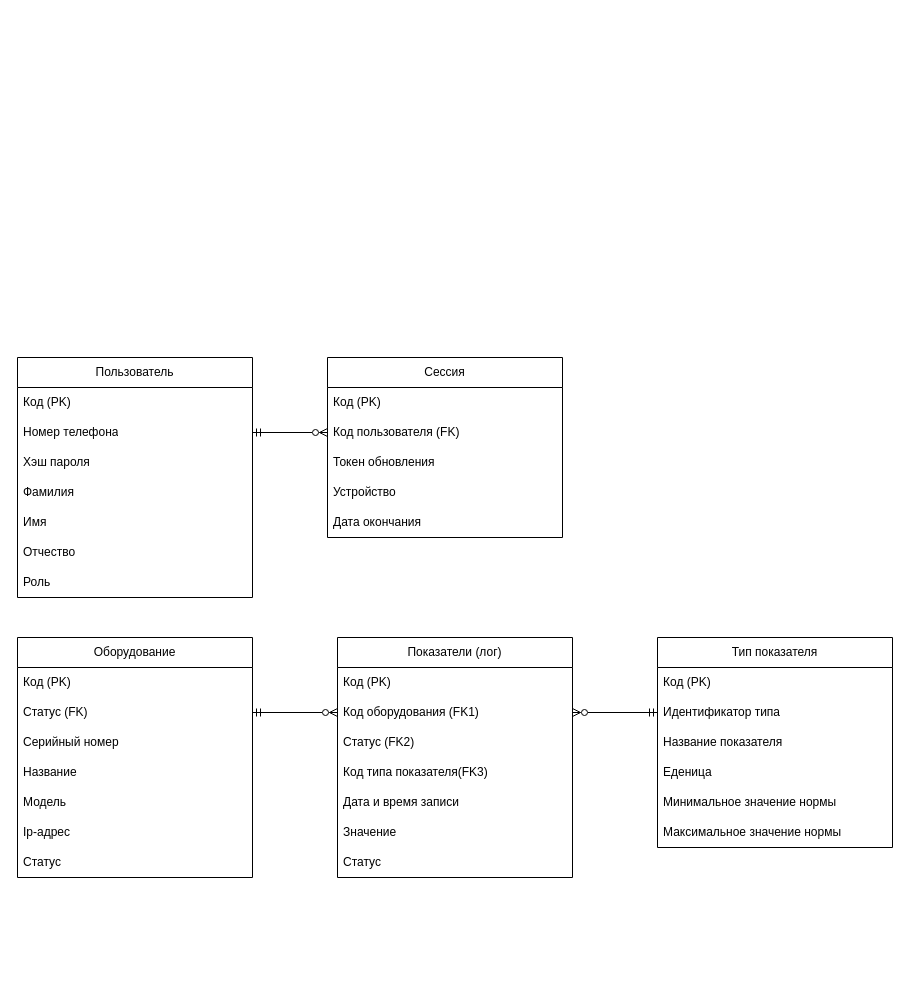
Above: page "Страница — 1" (1 of 2) of db_diagrams/signal_logical.drawio in Skverno-Slov/Pract (draw.io), before the change. Source tidied: cells renumbered, new cells numbered last; positions are measured from the earlier drawing's top-left corner, leaving out a move shared by most shapes. Both pictures are drawn from the tidied source at 100%, with x=0, y=0 at pixel (17, 357).
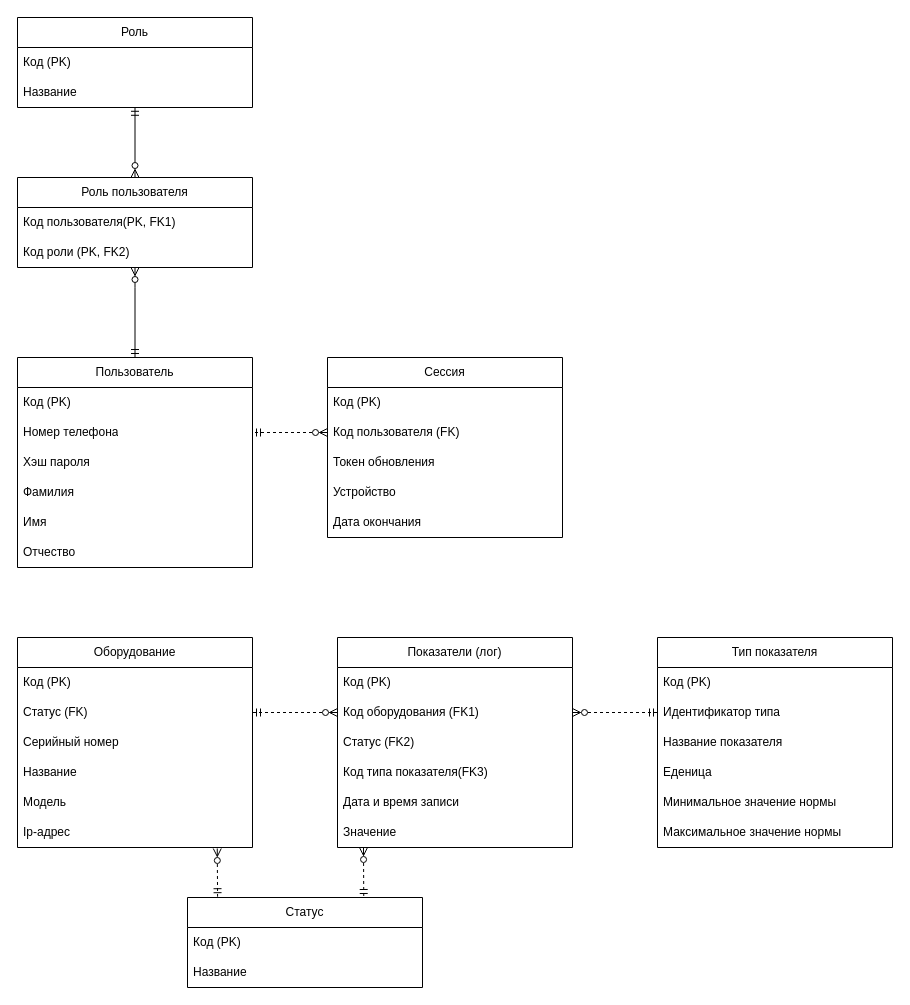
The same diagram, later.

The change refers to these unchanged cells:
```xml
<mxCell id="4" value="Номер телефона" style="text;strokeColor=none;fillColor=none;align=left;verticalAlign=middle;spacingLeft=4;spacingRight=4;overflow=hidden;points=[[0,0.5],[1,0.5]];portConstraint=eastwest;whiteSpace=wrap;html=1;" parent="2" vertex="1">
  <mxGeometry y="60" width="235" height="30" as="geometry" />
</mxCell>
<mxCell id="12" value="Статус (FK)" style="text;strokeColor=none;fillColor=none;align=left;verticalAlign=middle;spacingLeft=4;spacingRight=4;overflow=hidden;points=[[0,0.5],[1,0.5]];portConstraint=eastwest;whiteSpace=wrap;html=1;" parent="10" vertex="1">
  <mxGeometry y="60" width="235" height="30" as="geometry" />
</mxCell>
<mxCell id="16" value="Ip-адрес" style="text;strokeColor=none;fillColor=none;align=left;verticalAlign=middle;spacingLeft=4;spacingRight=4;overflow=hidden;points=[[0,0.5],[1,0.5]];portConstraint=eastwest;whiteSpace=wrap;html=1;" parent="10" vertex="1">
  <mxGeometry y="180" width="235" height="30" as="geometry" />
</mxCell>
<mxCell id="20" value="Код пользователя (FK)" style="text;strokeColor=none;fillColor=none;align=left;verticalAlign=middle;spacingLeft=4;spacingRight=4;overflow=hidden;points=[[0,0.5],[1,0.5]];portConstraint=eastwest;whiteSpace=wrap;html=1;" parent="18" vertex="1">
  <mxGeometry y="60" width="235" height="30" as="geometry" />
</mxCell>
<mxCell id="27" value="Код оборудования (FK1)" style="text;strokeColor=none;fillColor=none;align=left;verticalAlign=middle;spacingLeft=4;spacingRight=4;overflow=hidden;points=[[0,0.5],[1,0.5]];portConstraint=eastwest;whiteSpace=wrap;html=1;" parent="25" vertex="1">
  <mxGeometry y="60" width="235" height="30" as="geometry" />
</mxCell>
<mxCell id="37" value="Идентификатор типа" style="text;strokeColor=none;fillColor=none;align=left;verticalAlign=middle;spacingLeft=4;spacingRight=4;overflow=hidden;points=[[0,0.5],[1,0.5]];portConstraint=eastwest;whiteSpace=wrap;html=1;" parent="35" vertex="1">
  <mxGeometry y="60" width="235" height="30" as="geometry" />
</mxCell>
```

The edit, as a diff of the source:
```diff
@@
+    <mxCell id="9" value="Роль" style="swimlane;fontStyle=0;horizontal=1;startSize=30;whiteSpace=wrap;html=1;" parent="1" vertex="1">
+      <mxGeometry y="-340" width="235" height="90" as="geometry" />
+    </mxCell>
+    <mxCell id="42" value="Код (PK)" style="text;strokeColor=none;fillColor=none;align=left;verticalAlign=middle;spacingLeft=4;spacingRight=4;overflow=hidden;whiteSpace=wrap;html=1;" parent="9" vertex="1">
+      <mxGeometry y="30" width="235" height="30" as="geometry" />
+    </mxCell>
+    <mxCell id="43" value="Название&amp;nbsp;" style="text;strokeColor=none;fillColor=none;align=left;verticalAlign=middle;spacingLeft=4;spacingRight=4;overflow=hidden;points=[[0,0.5],[1,0.5]];portConstraint=eastwest;whiteSpace=wrap;html=1;" parent="9" vertex="1">
+      <mxGeometry y="60" width="235" height="30" as="geometry" />
+    </mxCell>
     <mxCell id="2" value="Пользователь" style="swimlane;fontStyle=0;horizontal=1;startSize=30;whiteSpace=wrap;html=1;" parent="1" vertex="1">
-      <mxGeometry width="235" height="240" as="geometry" />
+      <mxGeometry width="235" height="210" as="geometry" />
     </mxCell>
@@
-    <mxCell id="9" value="Роль" style="text;strokeColor=none;fillColor=none;align=left;verticalAlign=middle;spacingLeft=4;spacingRight=4;overflow=hidden;whiteSpace=wrap;html=1;" parent="2" vertex="1">
-      <mxGeometry y="210" width="235" height="30" as="geometry" />
-    </mxCell>
+    <mxCell id="44" value="Роль пользователя" style="swimlane;fontStyle=0;horizontal=1;startSize=30;whiteSpace=wrap;html=1;" parent="1" vertex="1">
+      <mxGeometry y="-180" width="235" height="90" as="geometry" />
+    </mxCell>
+    <mxCell id="45" value="Код пользователя(PK, FK1)" style="text;strokeColor=none;fillColor=none;align=left;verticalAlign=middle;spacingLeft=4;spacingRight=4;overflow=hidden;whiteSpace=wrap;html=1;" parent="44" vertex="1">
+      <mxGeometry y="30" width="235" height="30" as="geometry" />
+    </mxCell>
+    <mxCell id="46" value="Код роли (PK, FK2)" style="text;strokeColor=none;fillColor=none;align=left;verticalAlign=middle;spacingLeft=4;spacingRight=4;overflow=hidden;points=[[0,0.5],[1,0.5]];portConstraint=eastwest;whiteSpace=wrap;html=1;" parent="44" vertex="1">
+      <mxGeometry y="60" width="235" height="30" as="geometry" />
+    </mxCell>
+    <mxCell id="47" style="edgeStyle=orthogonalEdgeStyle;rounded=0;jettySize=auto;html=1;entryX=0.5;entryY=0;entryDx=0;entryDy=0;startArrow=ERzeroToMany;startFill=0;endArrow=ERmandOne;endFill=0;" parent="1" edge="1" source="46" target="2">
+      <mxGeometry relative="1" as="geometry">
+        <Array as="points">
+          <mxPoint x="118" y="-70" />
+          <mxPoint x="118" y="-70" />
+        </Array>
+      </mxGeometry>
+    </mxCell>
+    <mxCell id="48" style="edgeStyle=orthogonalEdgeStyle;rounded=0;jettySize=auto;html=1;startArrow=ERzeroToMany;startFill=0;entryX=0.5;entryY=0.993;entryDx=0;entryDy=0;entryPerimeter=0;endArrow=ERmandOne;endFill=0;" parent="1" edge="1" source="44" target="43">
+      <mxGeometry relative="1" as="geometry" />
+    </mxCell>
     <mxCell id="10" value="Оборудование" style="swimlane;fontStyle=0;horizontal=1;startSize=30;whiteSpace=wrap;html=1;" parent="1" vertex="1">
-      <mxGeometry y="280" width="235" height="240" as="geometry" />
+      <mxGeometry y="280" width="235" height="210" as="geometry" />
     </mxCell>
@@
-    <mxCell id="17" value="Статус" style="text;strokeColor=none;fillColor=none;align=left;verticalAlign=middle;spacingLeft=4;spacingRight=4;overflow=hidden;whiteSpace=wrap;html=1;" parent="10" vertex="1">
-      <mxGeometry y="210" width="235" height="30" as="geometry" />
-    </mxCell>
+    <mxCell id="49" value="Статус" style="swimlane;fontStyle=0;horizontal=1;startSize=30;whiteSpace=wrap;html=1;" parent="1" vertex="1">
+      <mxGeometry x="170" y="540" width="235" height="90" as="geometry" />
+    </mxCell>
+    <mxCell id="50" value="Код (PK)" style="text;strokeColor=none;fillColor=none;align=left;verticalAlign=middle;spacingLeft=4;spacingRight=4;overflow=hidden;whiteSpace=wrap;html=1;" parent="49" vertex="1">
+      <mxGeometry y="30" width="235" height="30" as="geometry" />
+    </mxCell>
+    <mxCell id="51" value="Название&amp;nbsp;" style="text;strokeColor=none;fillColor=none;align=left;verticalAlign=middle;spacingLeft=4;spacingRight=4;overflow=hidden;whiteSpace=wrap;html=1;" parent="49" vertex="1">
+      <mxGeometry y="60" width="235" height="30" as="geometry" />
+    </mxCell>
@@
-    <mxCell id="24" style="endArrow=ERmandOne;html=1;rounded=0;exitX=0;exitY=0.5;exitDx=0;exitDy=0;entryX=1;entryY=0.5;entryDx=0;entryDy=0;startArrow=ERzeroToMany;startFill=0;endFill=0;" parent="1" edge="1" source="20" target="4">
+    <mxCell id="24" style="endArrow=ERmandOne;html=1;rounded=0;exitX=0;exitY=0.5;exitDx=0;exitDy=0;entryX=1;entryY=0.5;entryDx=0;entryDy=0;startArrow=ERzeroToMany;startFill=0;endFill=0;dashed=1;" parent="1" edge="1" source="20" target="4">
       <mxGeometry relative="1" as="geometry" />
     </mxCell>
     <mxCell id="25" value="Показатели (лог)" style="swimlane;fontStyle=0;horizontal=1;startSize=30;whiteSpace=wrap;html=1;" parent="1" vertex="1">
-      <mxGeometry x="320" y="280" width="235" height="240" as="geometry" />
+      <mxGeometry x="320" y="280" width="235" height="210" as="geometry" />
     </mxCell>
@@
-    <mxCell id="32" value="Статус" style="text;strokeColor=none;fillColor=none;align=left;verticalAlign=middle;spacingLeft=4;spacingRight=4;overflow=hidden;whiteSpace=wrap;html=1;" parent="25" vertex="1">
-      <mxGeometry y="210" width="235" height="30" as="geometry" />
-    </mxCell>
+    <mxCell id="52" style="endArrow=ERmandOne;html=1;rounded=0;exitX=0.85;exitY=1.033;exitDx=0;exitDy=0;exitPerimeter=0;entryX=0.128;entryY=-0.009;entryDx=0;entryDy=0;entryPerimeter=0;startArrow=ERzeroToMany;startFill=0;endFill=0;dashed=1;" parent="1" edge="1" source="16" target="49">
+      <mxGeometry relative="1" as="geometry" />
+    </mxCell>
-    <mxCell id="33" style="endArrow=ERmandOne;html=1;rounded=0;entryX=0;entryY=0.5;entryDx=0;entryDy=0;exitX=1;exitY=0.5;exitDx=0;exitDy=0;startArrow=ERzeroToMany;startFill=0;endFill=0;" parent="1" edge="1" source="27" target="37">
+    <mxCell id="33" style="endArrow=ERmandOne;html=1;rounded=0;entryX=0;entryY=0.5;entryDx=0;entryDy=0;exitX=1;exitY=0.5;exitDx=0;exitDy=0;startArrow=ERzeroToMany;startFill=0;endFill=0;dashed=1;" parent="1" edge="1" source="27" target="37">
       <mxGeometry relative="1" as="geometry" />
     </mxCell>
-    <mxCell id="34" style="endArrow=ERmandOne;html=1;rounded=0;exitX=0;exitY=0.5;exitDx=0;exitDy=0;entryX=1;entryY=0.5;entryDx=0;entryDy=0;startArrow=ERzeroToMany;startFill=0;endFill=0;" parent="1" edge="1" source="27" target="12">
+    <mxCell id="34" style="endArrow=ERmandOne;html=1;rounded=0;exitX=0;exitY=0.5;exitDx=0;exitDy=0;entryX=1;entryY=0.5;entryDx=0;entryDy=0;startArrow=ERzeroToMany;startFill=0;endFill=0;dashed=1;" parent="1" edge="1" source="27" target="12">
       <mxGeometry relative="1" as="geometry" />
     </mxCell>
@@
+    <mxCell id="53" style="endArrow=ERmandOne;html=1;rounded=0;entryX=0.75;entryY=0;entryDx=0;entryDy=0;startArrow=ERzeroToMany;startFill=0;endFill=0;dashed=1;" parent="1" edge="1" target="49">
+      <mxGeometry relative="1" as="geometry">
+        <mxPoint x="346" y="490" as="sourcePoint" />
+      </mxGeometry>
+    </mxCell>
```
